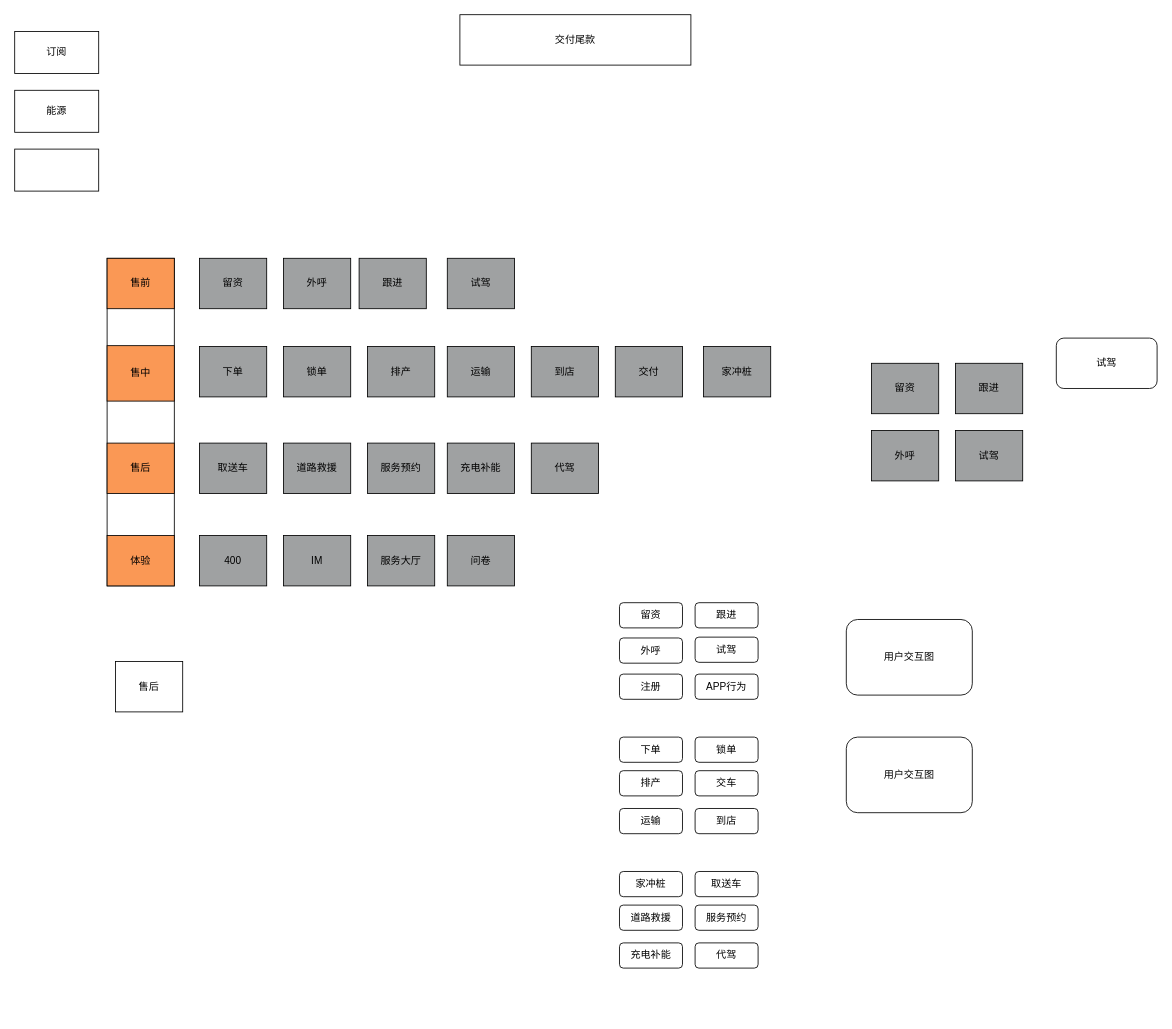
Above: 数据可观测.drawio in ysujn/space (draw.io), before the change. Source tidied: cells renumbered, new cells numbered last; positions are measured from the earlier drawing's top-left corner, leaving out a move shared by most shapes. Both pictures are drawn from the tidied source at 84%, with x=0, y=0 at pixel (14, 14).
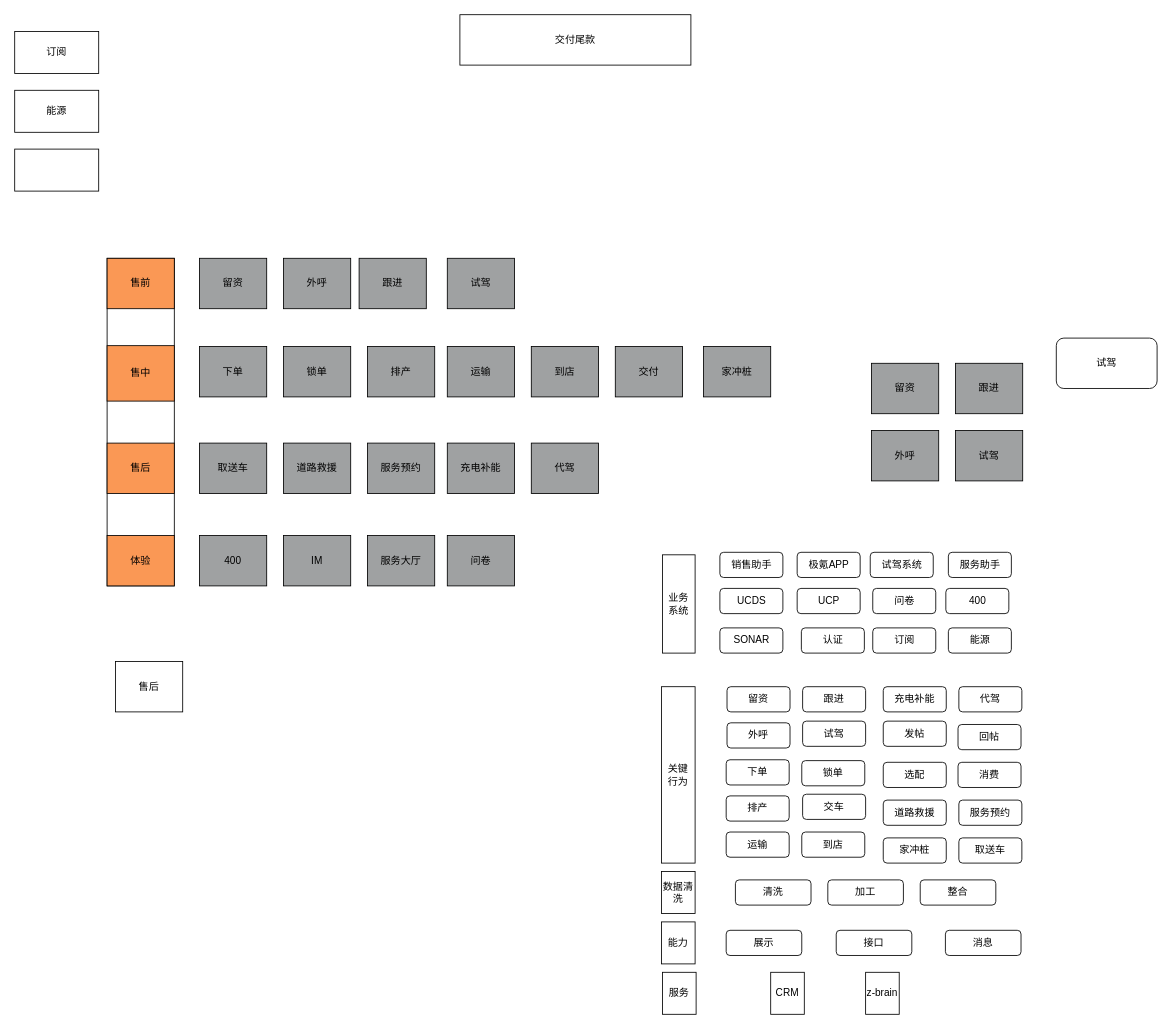
Above is the later version.

Commit message:
更新数据可观测.drawio

Change to the diagram source:
```diff
@@
     <mxCell id="36" value="留资" style="rounded=1;whiteSpace=wrap;html=1;" parent="1" vertex="1">
-      <mxGeometry x="720" y="700" width="75" height="30" as="geometry" />
+      <mxGeometry x="848" y="800" width="75" height="30" as="geometry" />
     </mxCell>
@@
     <mxCell id="38" value="跟进" style="rounded=1;whiteSpace=wrap;html=1;" parent="1" vertex="1">
-      <mxGeometry x="810" y="700" width="75" height="30" as="geometry" />
+      <mxGeometry x="938" y="800" width="75" height="30" as="geometry" />
     </mxCell>
     <mxCell id="39" value="外呼" style="rounded=1;whiteSpace=wrap;html=1;" parent="1" vertex="1">
-      <mxGeometry x="720" y="742" width="75" height="30" as="geometry" />
+      <mxGeometry x="848" y="843" width="75" height="30" as="geometry" />
     </mxCell>
     <mxCell id="40" value="试驾" style="rounded=1;whiteSpace=wrap;html=1;" parent="1" vertex="1">
-      <mxGeometry x="810" y="741" width="75" height="30" as="geometry" />
+      <mxGeometry x="938" y="841" width="75" height="30" as="geometry" />
     </mxCell>
     <mxCell id="41" value="下单" style="rounded=1;whiteSpace=wrap;html=1;" parent="1" vertex="1">
-      <mxGeometry x="720" y="860" width="75" height="30" as="geometry" />
+      <mxGeometry x="847" y="887" width="75" height="30" as="geometry" />
     </mxCell>
     <mxCell id="42" value="锁单" style="rounded=1;whiteSpace=wrap;html=1;" parent="1" vertex="1">
-      <mxGeometry x="810" y="860" width="75" height="30" as="geometry" />
+      <mxGeometry x="937" y="888" width="75" height="30" as="geometry" />
     </mxCell>
     <mxCell id="43" value="运输" style="rounded=1;whiteSpace=wrap;html=1;" parent="1" vertex="1">
-      <mxGeometry x="720" y="945" width="75" height="30" as="geometry" />
+      <mxGeometry x="847" y="973" width="75" height="30" as="geometry" />
     </mxCell>
     <mxCell id="44" value="到店" style="rounded=1;whiteSpace=wrap;html=1;" parent="1" vertex="1">
-      <mxGeometry x="810" y="945" width="75" height="30" as="geometry" />
+      <mxGeometry x="937" y="973" width="75" height="30" as="geometry" />
     </mxCell>
-    <mxCell id="45" value="注册" style="rounded=1;whiteSpace=wrap;html=1;" parent="1" vertex="1">
-      <mxGeometry x="720" y="785" width="75" height="30" as="geometry" />
-    </mxCell>
     <mxCell id="46" value="排产" style="rounded=1;whiteSpace=wrap;html=1;" parent="1" vertex="1">
-      <mxGeometry x="720" y="900" width="75" height="30" as="geometry" />
+      <mxGeometry x="847" y="930" width="75" height="30" as="geometry" />
     </mxCell>
-    <mxCell id="47" value="APP行为" style="rounded=1;whiteSpace=wrap;html=1;" parent="1" vertex="1">
-      <mxGeometry x="810" y="785" width="75" height="30" as="geometry" />
+    <mxCell id="47" value="发帖" style="rounded=1;whiteSpace=wrap;html=1;" parent="1" vertex="1">
+      <mxGeometry x="1034" y="841" width="75" height="30" as="geometry" />
     </mxCell>
     <mxCell id="48" value="交车" style="rounded=1;whiteSpace=wrap;html=1;" parent="1" vertex="1">
-      <mxGeometry x="810" y="900" width="75" height="30" as="geometry" />
+      <mxGeometry x="938" y="928" width="75" height="30" as="geometry" />
     </mxCell>
     <mxCell id="49" value="家冲桩" style="rounded=1;whiteSpace=wrap;html=1;" parent="1" vertex="1">
-      <mxGeometry x="720" y="1020" width="75" height="30" as="geometry" />
+      <mxGeometry x="1034" y="980" width="75" height="30" as="geometry" />
     </mxCell>
     <mxCell id="50" value="取送车" style="rounded=1;whiteSpace=wrap;html=1;" parent="1" vertex="1">
-      <mxGeometry x="810" y="1020" width="75" height="30" as="geometry" />
+      <mxGeometry x="1124" y="980" width="75" height="30" as="geometry" />
     </mxCell>
     <mxCell id="51" value="充电补能" style="rounded=1;whiteSpace=wrap;html=1;" parent="1" vertex="1">
-      <mxGeometry x="720" y="1105" width="75" height="30" as="geometry" />
+      <mxGeometry x="1034" y="800" width="75" height="30" as="geometry" />
     </mxCell>
     <mxCell id="52" value="道路救援" style="rounded=1;whiteSpace=wrap;html=1;" parent="1" vertex="1">
-      <mxGeometry x="720" y="1060" width="75" height="30" as="geometry" />
+      <mxGeometry x="1034" y="935" width="75" height="30" as="geometry" />
     </mxCell>
     <mxCell id="53" value="服务预约" style="rounded=1;whiteSpace=wrap;html=1;" parent="1" vertex="1">
-      <mxGeometry x="810" y="1060" width="75" height="30" as="geometry" />
+      <mxGeometry x="1124" y="935" width="75" height="30" as="geometry" />
     </mxCell>
     <mxCell id="54" value="代驾" style="rounded=1;whiteSpace=wrap;html=1;" parent="1" vertex="1">
-      <mxGeometry x="810" y="1105" width="75" height="30" as="geometry" />
+      <mxGeometry x="1124" y="800" width="75" height="30" as="geometry" />
     </mxCell>
-    <mxCell id="55" value="用户交互图" style="rounded=1;whiteSpace=wrap;html=1;" parent="1" vertex="1">
-      <mxGeometry x="990" y="720" width="150" height="90" as="geometry" />
-    </mxCell>
-    <mxCell id="56" value="用户交互图" style="rounded=1;whiteSpace=wrap;html=1;" parent="1" vertex="1">
-      <mxGeometry x="990" y="860" width="150" height="90" as="geometry" />
+    <mxCell id="56" value="清洗" style="rounded=1;whiteSpace=wrap;html=1;" parent="1" vertex="1">
+      <mxGeometry x="858" y="1030" width="90" height="30" as="geometry" />
     </mxCell>
+    <mxCell id="57" value="回帖" style="rounded=1;whiteSpace=wrap;html=1;" parent="1" vertex="1">
+      <mxGeometry x="1123" y="845" width="75" height="30" as="geometry" />
+    </mxCell>
+    <mxCell id="58" value="选配" style="rounded=1;whiteSpace=wrap;html=1;" parent="1" vertex="1">
+      <mxGeometry x="1034" y="890" width="75" height="30" as="geometry" />
+    </mxCell>
+    <mxCell id="59" value="消费" style="rounded=1;whiteSpace=wrap;html=1;" parent="1" vertex="1">
+      <mxGeometry x="1123" y="890" width="75" height="30" as="geometry" />
+    </mxCell>
+    <mxCell id="60" value="整合" style="rounded=1;whiteSpace=wrap;html=1;" parent="1" vertex="1">
+      <mxGeometry x="1078" y="1030" width="90" height="30" as="geometry" />
+    </mxCell>
+    <mxCell id="61" value="加工" style="rounded=1;whiteSpace=wrap;html=1;" parent="1" vertex="1">
+      <mxGeometry x="968" y="1030" width="90" height="30" as="geometry" />
+    </mxCell>
+    <mxCell id="62" value="展示" style="rounded=1;whiteSpace=wrap;html=1;" parent="1" vertex="1">
+      <mxGeometry x="847" y="1090" width="90" height="30" as="geometry" />
+    </mxCell>
+    <mxCell id="63" value="接口" style="rounded=1;whiteSpace=wrap;html=1;" parent="1" vertex="1">
+      <mxGeometry x="978" y="1090" width="90" height="30" as="geometry" />
+    </mxCell>
+    <mxCell id="64" value="消息" style="rounded=1;whiteSpace=wrap;html=1;" parent="1" vertex="1">
+      <mxGeometry x="1108" y="1090" width="90" height="30" as="geometry" />
+    </mxCell>
+    <mxCell id="65" value="关键&lt;br&gt;行为" style="rounded=0;whiteSpace=wrap;html=1;" parent="1" vertex="1">
+      <mxGeometry x="770" y="800" width="40" height="210" as="geometry" />
+    </mxCell>
+    <mxCell id="66" value="数据清洗" style="rounded=0;whiteSpace=wrap;html=1;" parent="1" vertex="1">
+      <mxGeometry x="770" y="1020" width="40" height="50" as="geometry" />
+    </mxCell>
+    <mxCell id="67" value="能力" style="rounded=0;whiteSpace=wrap;html=1;" parent="1" vertex="1">
+      <mxGeometry x="770" y="1080" width="40" height="50" as="geometry" />
+    </mxCell>
+    <mxCell id="68" value="销售助手" style="rounded=1;whiteSpace=wrap;html=1;" parent="1" vertex="1">
+      <mxGeometry x="839.5" y="640" width="75" height="30" as="geometry" />
+    </mxCell>
+    <mxCell id="69" value="UCDS" style="rounded=1;whiteSpace=wrap;html=1;" parent="1" vertex="1">
+      <mxGeometry x="839.5" y="683" width="75" height="30" as="geometry" />
+    </mxCell>
+    <mxCell id="70" value="SONAR" style="rounded=1;whiteSpace=wrap;html=1;" parent="1" vertex="1">
+      <mxGeometry x="839.5" y="730" width="75" height="30" as="geometry" />
+    </mxCell>
+    <mxCell id="71" value="极氪APP" style="rounded=1;whiteSpace=wrap;html=1;" parent="1" vertex="1">
+      <mxGeometry x="931.5" y="640" width="75" height="30" as="geometry" />
+    </mxCell>
+    <mxCell id="72" value="试驾系统" style="rounded=1;whiteSpace=wrap;html=1;" parent="1" vertex="1">
+      <mxGeometry x="1018.5" y="640" width="75" height="30" as="geometry" />
+    </mxCell>
+    <mxCell id="73" value="UCP" style="rounded=1;whiteSpace=wrap;html=1;" parent="1" vertex="1">
+      <mxGeometry x="931.5" y="683" width="75" height="30" as="geometry" />
+    </mxCell>
+    <mxCell id="74" value="服务助手" style="rounded=1;whiteSpace=wrap;html=1;" parent="1" vertex="1">
+      <mxGeometry x="1111.5" y="640" width="75" height="30" as="geometry" />
+    </mxCell>
+    <mxCell id="75" value="400" style="rounded=1;whiteSpace=wrap;html=1;" parent="1" vertex="1">
+      <mxGeometry x="1108.5" y="683" width="75" height="30" as="geometry" />
+    </mxCell>
+    <mxCell id="76" value="问卷" style="rounded=1;whiteSpace=wrap;html=1;" parent="1" vertex="1">
+      <mxGeometry x="1021.5" y="683" width="75" height="30" as="geometry" />
+    </mxCell>
+    <mxCell id="77" value="能源" style="rounded=1;whiteSpace=wrap;html=1;" parent="1" vertex="1">
+      <mxGeometry x="1111.5" y="730" width="75" height="30" as="geometry" />
+    </mxCell>
+    <mxCell id="78" value="认证" style="rounded=1;whiteSpace=wrap;html=1;" parent="1" vertex="1">
+      <mxGeometry x="936.5" y="730" width="75" height="30" as="geometry" />
+    </mxCell>
+    <mxCell id="79" value="订阅" style="rounded=1;whiteSpace=wrap;html=1;" parent="1" vertex="1">
+      <mxGeometry x="1021.5" y="730" width="75" height="30" as="geometry" />
+    </mxCell>
+    <mxCell id="80" value="业务&lt;br&gt;系统" style="rounded=0;whiteSpace=wrap;html=1;" parent="1" vertex="1">
+      <mxGeometry x="771.2" y="643" width="38.8" height="117" as="geometry" />
+    </mxCell>
+    <mxCell id="81" value="服务" style="rounded=0;whiteSpace=wrap;html=1;" parent="1" vertex="1">
+      <mxGeometry x="771.2" y="1140" width="40" height="50" as="geometry" />
+    </mxCell>
+    <mxCell id="82" value="CRM" style="rounded=0;whiteSpace=wrap;html=1;" parent="1" vertex="1">
+      <mxGeometry x="900" y="1140" width="40" height="50" as="geometry" />
+    </mxCell>
+    <mxCell id="83" value="z-brain" style="rounded=0;whiteSpace=wrap;html=1;" parent="1" vertex="1">
+      <mxGeometry x="1013" y="1140" width="40" height="50" as="geometry" />
+    </mxCell>
```
